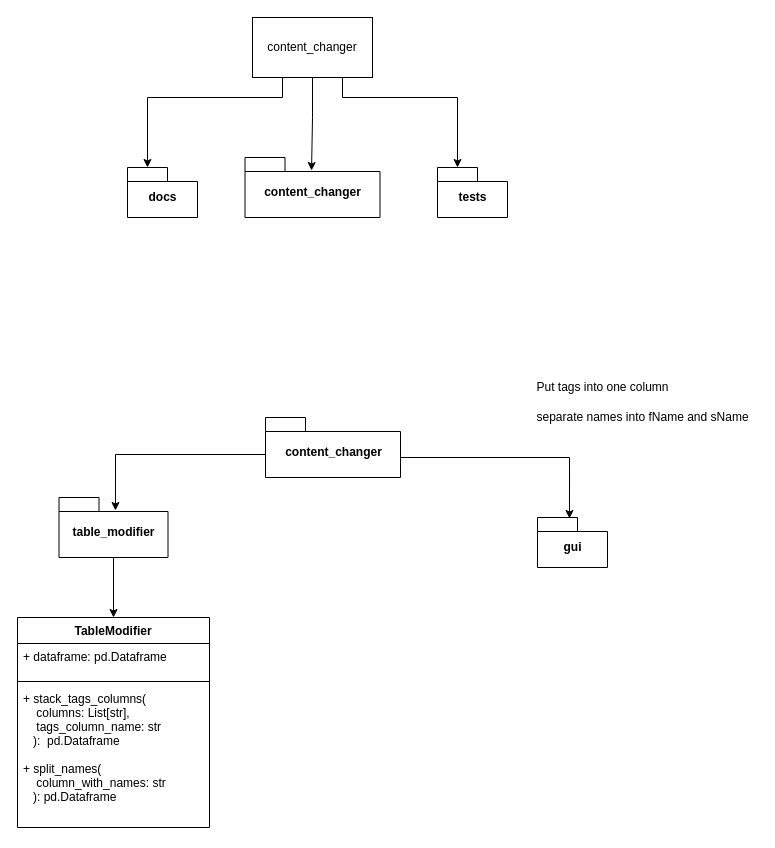
This is docs/project_scheme.drawio from DanCh11/content_changer, a draw.io file, before an edit. Source tidied: cells renumbered, new cells numbered last; positions are measured from the earlier drawing's top-left corner, leaving out a move shared by most shapes. Both pictures are drawn from the tidied source at 100%, with x=0, y=0 at pixel (17, 17).
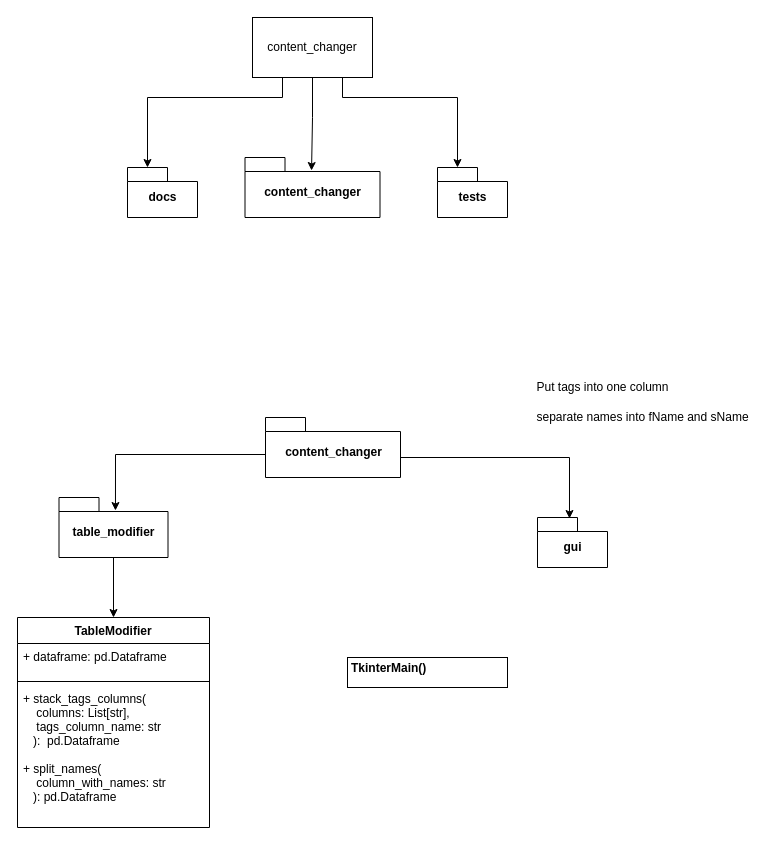
The same page after the edit.

Diff of the diagram source:
```diff
@@
+    <mxCell id="21" value="&lt;p style=&quot;margin: 0px ; margin-top: 4px ; text-align: center&quot;&gt;&lt;/p&gt;&lt;p style=&quot;margin: 0px ; margin-left: 4px&quot;&gt;&lt;b&gt;TkinterMain()&lt;/b&gt;&lt;/p&gt;" style="verticalAlign=top;align=left;overflow=fill;fontSize=12;fontFamily=Helvetica;html=1;" parent="1" vertex="1">
+      <mxGeometry x="330" y="640" width="160" height="30" as="geometry" />
+    </mxCell>
```
